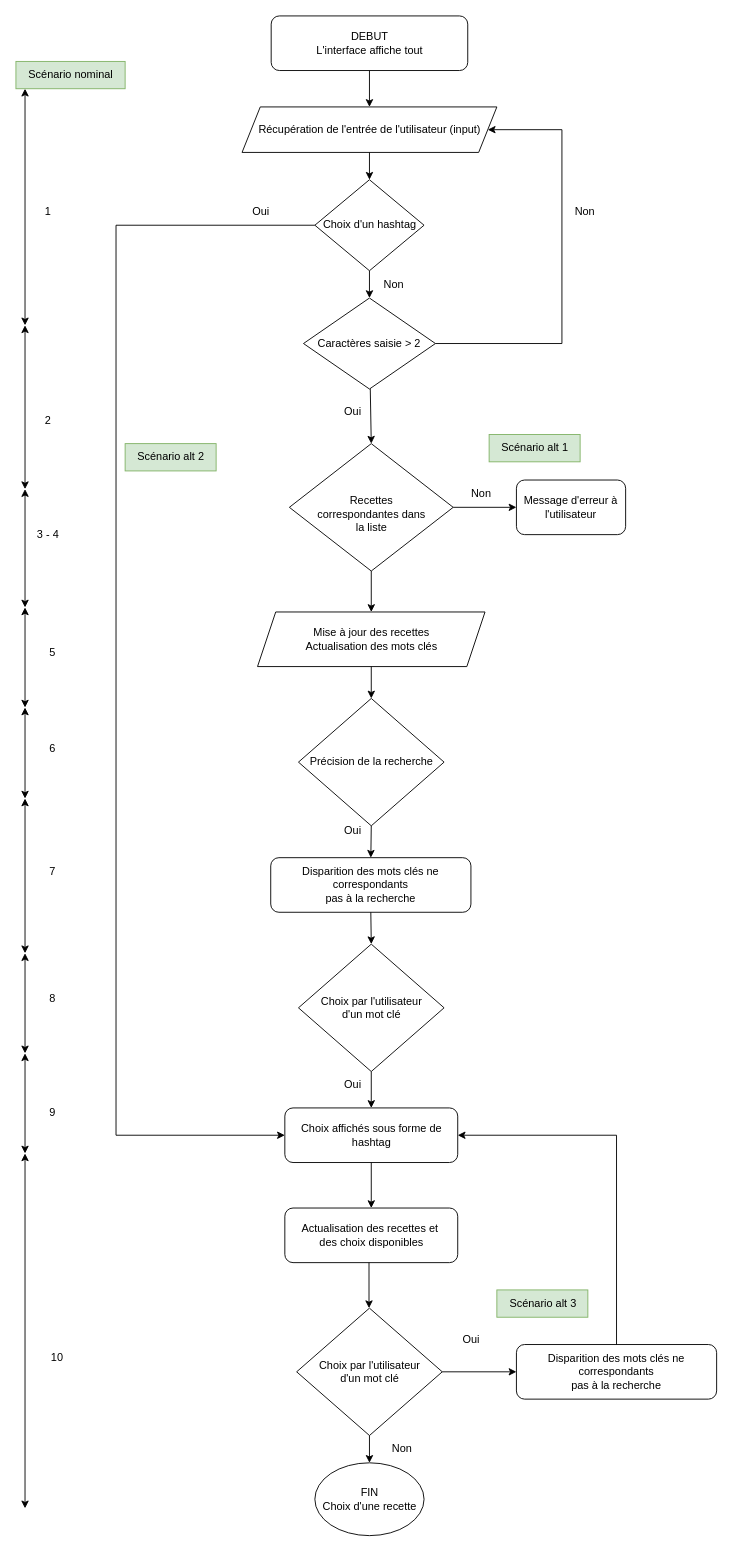
GillesQuodbach/p7_les_petits_plats keeps this draw.io diagram as diagram-P7.drawio. Above is the earlier version. Source tidied: cells renumbered, new cells numbered last; positions are measured from the earlier drawing's top-left corner, leaving out a move shared by most shapes. Both pictures are drawn from the tidied source at 91%, with x=0, y=0 at pixel (15, 15).
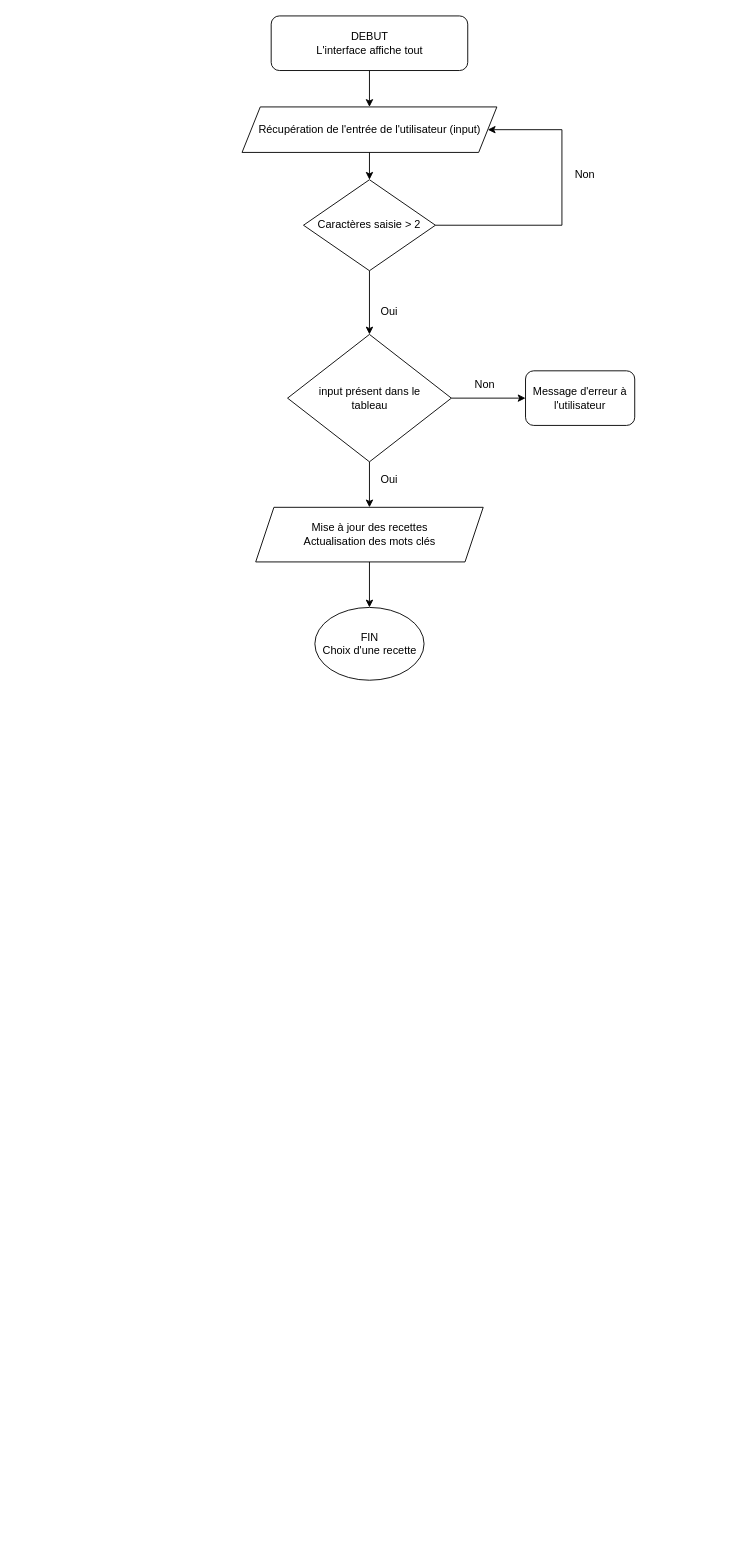
The same page after the edit.

Commit message:
Mettre à jour diagram-P7.drawio

Unchanged cells that the change refers to:
```xml
<mxCell id="3" value="Récupération de l'entrée de l'utilisateur (input)" style="shape=parallelogram;perimeter=parallelogramPerimeter;whiteSpace=wrap;html=1;fixedSize=1;" parent="1" vertex="1">
  <mxGeometry x="248.5" y="100" width="280" height="50" as="geometry" />
</mxCell>
```

What changed in the source:
```diff
@@
     <mxCell id="4" value="Non" style="text;html=1;align=center;verticalAlign=middle;strokeColor=none;fillColor=none;rotation=0;" parent="1" vertex="1">
-      <mxGeometry x="600" y="200" width="50" height="30" as="geometry" />
+      <mxGeometry x="600" y="160" width="50" height="30" as="geometry" />
     </mxCell>
-    <mxCell id="5" style="endArrow=classic;html=1;rounded=0;entryX=0.5;entryY=0;entryDx=0;entryDy=0;startArrow=none;" parent="1" edge="1" source="11" target="6">
-      <mxGeometry relative="1" as="geometry" />
-    </mxCell>
-    <mxCell id="6" value="&lt;br&gt;Recettes&lt;br&gt;correspondantes dans&lt;br&gt;la liste" style="rhombus;whiteSpace=wrap;html=1;" parent="1" vertex="1">
-      <mxGeometry x="300.5" y="470" width="180" height="140" as="geometry" />
+    <mxCell id="6" value="input présent dans le&lt;br&gt;tableau" style="rhombus;whiteSpace=wrap;html=1;" parent="1" vertex="1">
+      <mxGeometry x="298.5" y="350" width="180" height="140" as="geometry" />
     </mxCell>
-    <mxCell id="7" value="Non" style="text;html=1;align=center;verticalAlign=middle;strokeColor=none;fillColor=none;rotation=0;" parent="1" vertex="1">
-      <mxGeometry x="485.5" y="510" width="50" height="30" as="geometry" />
-    </mxCell>
@@
-    <mxCell id="9" style="endArrow=classic;html=1;rounded=0;exitX=1;exitY=0.5;exitDx=0;exitDy=0;entryX=0;entryY=0.5;entryDx=0;entryDy=0;" parent="1" edge="1" source="6" target="10">
-      <mxGeometry relative="1" as="geometry" />
-    </mxCell>
     <mxCell id="10" value="Message d'erreur à l'utilisateur" style="rounded=1;whiteSpace=wrap;html=1;" parent="1" vertex="1">
-      <mxGeometry x="550" y="510" width="120" height="60" as="geometry" />
+      <mxGeometry x="560" y="390" width="120" height="60" as="geometry" />
     </mxCell>
     <mxCell id="11" value="Caractères saisie &amp;gt; 2" style="rhombus;whiteSpace=wrap;html=1;" parent="1" vertex="1">
-      <mxGeometry x="316" y="310" width="145" height="100" as="geometry" />
+      <mxGeometry x="316" y="180" width="145" height="100" as="geometry" />
     </mxCell>
     <mxCell id="12" style="endArrow=classic;html=1;rounded=0;exitX=1;exitY=0.5;exitDx=0;exitDy=0;entryX=1;entryY=0.5;entryDx=0;entryDy=0;" parent="1" edge="1" source="11" target="3">
       <mxGeometry relative="1" as="geometry">
         <Array as="points">
-          <mxPoint x="600" y="360" />
+          <mxPoint x="600" y="230" />
           <mxPoint x="600" y="125" />
         </Array>
       </mxGeometry>
     </mxCell>
-    <mxCell id="13" value="Oui" style="text;html=1;align=center;verticalAlign=middle;strokeColor=none;fillColor=none;rotation=0;" parent="1" vertex="1">
-      <mxGeometry x="350" y="420" width="40" height="30" as="geometry" />
-    </mxCell>
-    <mxCell id="14" value="Précision de la recherche" style="rhombus;whiteSpace=wrap;html=1;" parent="1" vertex="1">
-      <mxGeometry x="310.5" y="750" width="160" height="140" as="geometry" />
-    </mxCell>
-    <mxCell id="15" style="endArrow=classic;startArrow=classic;html=1;rounded=0;" parent="1" edge="1">
-      <mxGeometry relative="1" as="geometry">
-        <mxPoint x="10" y="340" as="sourcePoint" />
-        <mxPoint x="10" y="80" as="targetPoint" />
-      </mxGeometry>
-    </mxCell>
-    <mxCell id="16" value="Scénario nominal" style="text;html=1;align=center;verticalAlign=middle;strokeColor=#82b366;fillColor=#d5e8d4;" parent="1" vertex="1">
-      <mxGeometry y="50" width="120" height="30" as="geometry" />
-    </mxCell>
-    <mxCell id="17" value="1" style="text;html=1;align=center;verticalAlign=middle;strokeColor=none;fillColor=none;" parent="1" vertex="1">
-      <mxGeometry x="20" y="200" width="30" height="30" as="geometry" />
-    </mxCell>
-    <mxCell id="18" style="endArrow=classic;startArrow=classic;html=1;rounded=0;" parent="1" edge="1">
-      <mxGeometry relative="1" as="geometry">
-        <mxPoint x="10" y="520" as="sourcePoint" />
-        <mxPoint x="10" y="340" as="targetPoint" />
-      </mxGeometry>
-    </mxCell>
-    <mxCell id="19" value="2" style="text;html=1;align=center;verticalAlign=middle;strokeColor=none;fillColor=none;" parent="1" vertex="1">
-      <mxGeometry x="20" y="430" width="30" height="30" as="geometry" />
-    </mxCell>
-    <mxCell id="20" style="endArrow=classic;startArrow=classic;html=1;rounded=0;" parent="1" edge="1">
-      <mxGeometry relative="1" as="geometry">
-        <mxPoint x="10" y="650" as="sourcePoint" />
-        <mxPoint x="10" y="520" as="targetPoint" />
-      </mxGeometry>
-    </mxCell>
-    <mxCell id="21" value="3 - 4" style="text;html=1;align=center;verticalAlign=middle;strokeColor=none;fillColor=none;" parent="1" vertex="1">
-      <mxGeometry x="10" y="555" width="50" height="30" as="geometry" />
-    </mxCell>
-    <mxCell id="22" style="endArrow=classic;startArrow=classic;html=1;rounded=0;" parent="1" edge="1">
-      <mxGeometry relative="1" as="geometry">
-        <mxPoint x="10" y="760" as="sourcePoint" />
-        <mxPoint x="10" y="650" as="targetPoint" />
-      </mxGeometry>
-    </mxCell>
-    <mxCell id="23" value="5" style="text;html=1;align=center;verticalAlign=middle;strokeColor=none;fillColor=none;" parent="1" vertex="1">
-      <mxGeometry x="25" y="685" width="30" height="30" as="geometry" />
-    </mxCell>
-    <mxCell id="24" style="endArrow=classic;html=1;rounded=0;entryX=0.5;entryY=0;entryDx=0;entryDy=0;exitX=0.5;exitY=1;exitDx=0;exitDy=0;" parent="1" edge="1" source="14" target="25">
-      <mxGeometry relative="1" as="geometry" />
-    </mxCell>
-    <mxCell id="25" value="Disparition des mots clés ne correspondants&lt;br&gt;pas à la recherche" style="rounded=1;whiteSpace=wrap;html=1;" parent="1" vertex="1">
-      <mxGeometry x="280" y="925" width="220" height="60" as="geometry" />
-    </mxCell>
-    <mxCell id="26" value="Oui" style="text;html=1;align=center;verticalAlign=middle;strokeColor=none;fillColor=none;rotation=0;" parent="1" vertex="1">
-      <mxGeometry x="350" y="880" width="40" height="30" as="geometry" />
-    </mxCell>
-    <mxCell id="27" style="endArrow=classic;startArrow=classic;html=1;rounded=0;" parent="1" edge="1">
-      <mxGeometry relative="1" as="geometry">
-        <mxPoint x="10" y="860" as="sourcePoint" />
-        <mxPoint x="10" y="760" as="targetPoint" />
-      </mxGeometry>
-    </mxCell>
-    <mxCell id="28" value="6" style="text;html=1;align=center;verticalAlign=middle;strokeColor=none;fillColor=none;" parent="1" vertex="1">
-      <mxGeometry x="25" y="790" width="30" height="30" as="geometry" />
-    </mxCell>
-    <mxCell id="29" value="Choix par l'utilisateur&lt;br&gt;d'un mot clé" style="rhombus;whiteSpace=wrap;html=1;" parent="1" vertex="1">
-      <mxGeometry x="310.5" y="1020" width="160" height="140" as="geometry" />
-    </mxCell>
-    <mxCell id="30" style="endArrow=classic;html=1;rounded=0;entryX=0.5;entryY=0;entryDx=0;entryDy=0;exitX=0.5;exitY=1;exitDx=0;exitDy=0;" parent="1" edge="1" source="25" target="29">
-      <mxGeometry relative="1" as="geometry" />
-    </mxCell>
-    <mxCell id="31" style="endArrow=classic;startArrow=classic;html=1;rounded=0;" parent="1" edge="1">
-      <mxGeometry relative="1" as="geometry">
-        <mxPoint x="10" y="1030" as="sourcePoint" />
-        <mxPoint x="10" y="860" as="targetPoint" />
-      </mxGeometry>
-    </mxCell>
-    <mxCell id="32" value="7" style="text;html=1;align=center;verticalAlign=middle;strokeColor=none;fillColor=none;" parent="1" vertex="1">
-      <mxGeometry x="25" y="925" width="30" height="30" as="geometry" />
-    </mxCell>
-    <mxCell id="33" value="Choix affichés sous forme de hashtag" style="rounded=1;whiteSpace=wrap;html=1;" parent="1" vertex="1">
-      <mxGeometry x="295.5" y="1200" width="190" height="60" as="geometry" />
-    </mxCell>
-    <mxCell id="34" style="endArrow=classic;html=1;rounded=0;entryX=0.5;entryY=0;entryDx=0;entryDy=0;exitX=0.5;exitY=1;exitDx=0;exitDy=0;" parent="1" edge="1" source="29" target="33">
-      <mxGeometry relative="1" as="geometry" />
-    </mxCell>
-    <mxCell id="35" style="endArrow=classic;startArrow=classic;html=1;rounded=0;" parent="1" edge="1">
-      <mxGeometry relative="1" as="geometry">
-        <mxPoint x="10" y="1140" as="sourcePoint" />
-        <mxPoint x="10" y="1030" as="targetPoint" />
-      </mxGeometry>
-    </mxCell>
-    <mxCell id="36" value="8" style="text;html=1;align=center;verticalAlign=middle;strokeColor=none;fillColor=none;" parent="1" vertex="1">
-      <mxGeometry x="25" y="1065" width="30" height="30" as="geometry" />
-    </mxCell>
-    <mxCell id="37" value="Oui" style="text;html=1;align=center;verticalAlign=middle;strokeColor=none;fillColor=none;rotation=0;" parent="1" vertex="1">
-      <mxGeometry x="350" y="1160" width="40" height="30" as="geometry" />
-    </mxCell>
-    <mxCell id="38" style="endArrow=classic;startArrow=classic;html=1;rounded=0;" parent="1" edge="1">
-      <mxGeometry relative="1" as="geometry">
-        <mxPoint x="10" y="1250" as="sourcePoint" />
-        <mxPoint x="10" y="1140" as="targetPoint" />
-      </mxGeometry>
-    </mxCell>
-    <mxCell id="39" value="9" style="text;html=1;align=center;verticalAlign=middle;strokeColor=none;fillColor=none;" parent="1" vertex="1">
-      <mxGeometry x="25" y="1190" width="30" height="30" as="geometry" />
-    </mxCell>
-    <mxCell id="40" value="Actualisation des recettes et&amp;nbsp;&lt;br&gt;des choix disponibles" style="rounded=1;whiteSpace=wrap;html=1;" parent="1" vertex="1">
-      <mxGeometry x="295.5" y="1310" width="190" height="60" as="geometry" />
-    </mxCell>
-    <mxCell id="41" style="endArrow=classic;html=1;rounded=0;entryX=0.5;entryY=0;entryDx=0;entryDy=0;exitX=0.5;exitY=1;exitDx=0;exitDy=0;" parent="1" edge="1" source="33" target="40">
-      <mxGeometry relative="1" as="geometry" />
-    </mxCell>
-    <mxCell id="42" style="endArrow=classic;startArrow=classic;html=1;rounded=0;" parent="1" edge="1">
-      <mxGeometry relative="1" as="geometry">
-        <mxPoint x="10" y="1640" as="sourcePoint" />
-        <mxPoint x="10" y="1250" as="targetPoint" />
-      </mxGeometry>
-    </mxCell>
-    <mxCell id="43" value="10" style="text;html=1;align=center;verticalAlign=middle;strokeColor=none;fillColor=none;" parent="1" vertex="1">
-      <mxGeometry x="25" y="1460" width="40" height="30" as="geometry" />
-    </mxCell>
     <mxCell id="44" value="FIN&lt;br&gt;Choix d'une recette" style="ellipse;whiteSpace=wrap;html=1;" parent="1" vertex="1">
-      <mxGeometry x="328.5" y="1590" width="120" height="80" as="geometry" />
+      <mxGeometry x="328.5" y="650" width="120" height="80" as="geometry" />
     </mxCell>
     <mxCell id="45" value="Mise à jour des recettes&lt;br&gt;Actualisation des mots clés" style="shape=parallelogram;perimeter=parallelogramPerimeter;whiteSpace=wrap;html=1;fixedSize=1;" parent="1" vertex="1">
-      <mxGeometry x="265.5" y="655" width="250" height="60" as="geometry" />
+      <mxGeometry x="263.5" y="540" width="250" height="60" as="geometry" />
     </mxCell>
@@
-    <mxCell id="47" value="Choix d'un hashtag" style="rhombus;whiteSpace=wrap;html=1;" parent="1" vertex="1">
-      <mxGeometry x="328.5" y="180" width="120" height="100" as="geometry" />
-    </mxCell>
-    <mxCell id="48" style="endArrow=classic;html=1;rounded=0;exitX=0.5;exitY=1;exitDx=0;exitDy=0;entryX=0.5;entryY=0;entryDx=0;entryDy=0;" parent="1" edge="1" source="3" target="47">
-      <mxGeometry relative="1" as="geometry" />
+    <mxCell id="48" style="endArrow=classic;html=1;rounded=0;exitX=0.5;exitY=1;exitDx=0;exitDy=0;entryX=0.5;entryY=0;entryDx=0;entryDy=0;" parent="1" edge="1" source="3">
+      <mxGeometry relative="1" as="geometry">
+        <mxPoint x="388.5" y="180" as="targetPoint" />
+      </mxGeometry>
     </mxCell>
-    <mxCell id="49" style="endArrow=classic;html=1;rounded=0;exitX=0.5;exitY=1;exitDx=0;exitDy=0;entryX=0.5;entryY=0;entryDx=0;entryDy=0;" parent="1" edge="1" source="47" target="11">
-      <mxGeometry relative="1" as="geometry" />
-    </mxCell>
-    <mxCell id="50" value="Oui" style="text;html=1;align=center;verticalAlign=middle;strokeColor=none;fillColor=none;rotation=0;" parent="1" vertex="1">
-      <mxGeometry x="248.5" y="200" width="40" height="30" as="geometry" />
-    </mxCell>
-    <mxCell id="51" value="Non" style="text;html=1;align=center;verticalAlign=middle;strokeColor=none;fillColor=none;rotation=0;" parent="1" vertex="1">
-      <mxGeometry x="390" y="280" width="50" height="30" as="geometry" />
-    </mxCell>
-    <mxCell id="52" value="Scénario alt 1" style="text;html=1;align=center;verticalAlign=middle;strokeColor=#82b366;fillColor=#d5e8d4;" parent="1" vertex="1">
-      <mxGeometry x="520" y="460" width="100" height="30" as="geometry" />
-    </mxCell>
-    <mxCell id="53" style="endArrow=classic;html=1;rounded=0;exitX=0;exitY=0.5;exitDx=0;exitDy=0;entryX=0;entryY=0.5;entryDx=0;entryDy=0;" parent="1" edge="1" source="47" target="33">
-      <mxGeometry relative="1" as="geometry">
-        <Array as="points">
-          <mxPoint x="110" y="230" />
-          <mxPoint x="110" y="1230" />
-        </Array>
-      </mxGeometry>
-    </mxCell>
-    <mxCell id="54" style="endArrow=classic;html=1;rounded=0;entryX=0.5;entryY=0;entryDx=0;entryDy=0;exitX=0.5;exitY=1;exitDx=0;exitDy=0;" parent="1" edge="1" source="45" target="14">
-      <mxGeometry relative="1" as="geometry" />
-    </mxCell>
-    <mxCell id="55" value="Scénario alt 2" style="text;html=1;align=center;verticalAlign=middle;strokeColor=#82b366;fillColor=#d5e8d4;" parent="1" vertex="1">
-      <mxGeometry x="120" y="470" width="100" height="30" as="geometry" />
-    </mxCell>
-    <mxCell id="56" value="Choix par l'utilisateur&lt;br&gt;d'un mot clé" style="rhombus;whiteSpace=wrap;html=1;" parent="1" vertex="1">
-      <mxGeometry x="308.5" y="1420" width="160" height="140" as="geometry" />
-    </mxCell>
-    <mxCell id="57" style="endArrow=classic;html=1;rounded=0;entryX=0.5;entryY=0;entryDx=0;entryDy=0;exitX=0.5;exitY=1;exitDx=0;exitDy=0;" parent="1" edge="1">
-      <mxGeometry relative="1" as="geometry">
-        <mxPoint x="388" y="1370" as="sourcePoint" />
-        <mxPoint x="388" y="1420" as="targetPoint" />
-      </mxGeometry>
-    </mxCell>
-    <mxCell id="58" style="endArrow=classic;html=1;rounded=0;entryX=0.5;entryY=0;entryDx=0;entryDy=0;exitX=0.5;exitY=1;exitDx=0;exitDy=0;" parent="1" edge="1" source="56" target="44">
-      <mxGeometry relative="1" as="geometry" />
-    </mxCell>
-    <mxCell id="59" value="Oui" style="text;html=1;align=center;verticalAlign=middle;strokeColor=none;fillColor=none;rotation=0;" parent="1" vertex="1">
-      <mxGeometry x="480" y="1440" width="40" height="30" as="geometry" />
-    </mxCell>
-    <mxCell id="60" value="Non" style="text;html=1;align=center;verticalAlign=middle;strokeColor=none;fillColor=none;rotation=0;" parent="1" vertex="1">
-      <mxGeometry x="398.5" y="1560" width="50" height="30" as="geometry" />
-    </mxCell>
-    <mxCell id="61" value="Disparition des mots clés ne correspondants&lt;br&gt;pas à la recherche" style="rounded=1;whiteSpace=wrap;html=1;" parent="1" vertex="1">
-      <mxGeometry x="550" y="1460" width="220" height="60" as="geometry" />
-    </mxCell>
-    <mxCell id="62" style="endArrow=classic;html=1;rounded=0;exitX=0.5;exitY=0;exitDx=0;exitDy=0;entryX=1;entryY=0.5;entryDx=0;entryDy=0;" parent="1" edge="1" source="61" target="33">
-      <mxGeometry relative="1" as="geometry">
-        <Array as="points">
-          <mxPoint x="660" y="1230" />
-        </Array>
-      </mxGeometry>
-    </mxCell>
-    <mxCell id="63" style="endArrow=classic;html=1;rounded=0;exitX=1;exitY=0.5;exitDx=0;exitDy=0;entryX=0;entryY=0.5;entryDx=0;entryDy=0;" parent="1" edge="1" source="56" target="61">
-      <mxGeometry relative="1" as="geometry" />
-    </mxCell>
-    <mxCell id="64" value="Scénario alt 3" style="text;html=1;align=center;verticalAlign=middle;strokeColor=#82b366;fillColor=#d5e8d4;" parent="1" vertex="1">
-      <mxGeometry x="528.5" y="1400" width="100" height="30" as="geometry" />
-    </mxCell>
+    <mxCell id="5" style="endArrow=classic;html=1;rounded=0;entryX=0.5;entryY=0;entryDx=0;entryDy=0;exitX=0.5;exitY=1;exitDx=0;exitDy=0;" parent="1" edge="1" source="11" target="6">
+      <mxGeometry relative="1" as="geometry" />
+    </mxCell>
+    <mxCell id="65" style="endArrow=classic;html=1;rounded=0;entryX=0.5;entryY=0;entryDx=0;entryDy=0;exitX=0.5;exitY=1;exitDx=0;exitDy=0;" parent="1" edge="1" source="45" target="44">
+      <mxGeometry relative="1" as="geometry" />
+    </mxCell>
+    <mxCell id="66" style="edgeStyle=orthogonalEdgeStyle;rounded=0;orthogonalLoop=1;jettySize=auto;html=1;exitX=0.5;exitY=1;exitDx=0;exitDy=0;" parent="1" edge="1">
+      <mxGeometry relative="1" as="geometry">
+        <mxPoint x="388.5" y="450" as="sourcePoint" />
+        <mxPoint x="388.5" y="450" as="targetPoint" />
+      </mxGeometry>
+    </mxCell>
+    <mxCell id="67" value="Oui" style="text;html=1;align=center;verticalAlign=middle;strokeColor=none;fillColor=none;" parent="1" vertex="1">
+      <mxGeometry x="390" y="310" width="40" height="30" as="geometry" />
+    </mxCell>
+    <mxCell id="7" value="Non" style="text;html=1;align=center;verticalAlign=middle;strokeColor=none;fillColor=none;rotation=0;" parent="1" vertex="1">
+      <mxGeometry x="490" y="390" width="50" height="30" as="geometry" />
+    </mxCell>
+    <mxCell id="9" style="endArrow=classic;html=1;rounded=0;entryX=0;entryY=0.5;entryDx=0;entryDy=0;exitX=1;exitY=0.5;exitDx=0;exitDy=0;" parent="1" edge="1" source="6" target="10">
+      <mxGeometry relative="1" as="geometry" />
+    </mxCell>
+    <mxCell id="68" value="Oui" style="text;html=1;align=center;verticalAlign=middle;strokeColor=none;fillColor=none;" parent="1" vertex="1">
+      <mxGeometry x="390" y="495" width="40" height="30" as="geometry" />
+    </mxCell>
```
